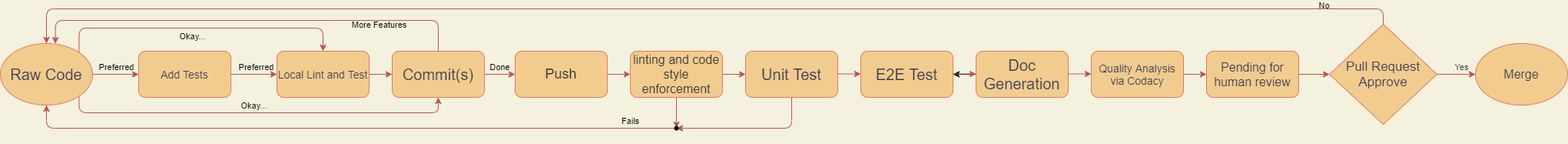
Above: admin/cipipeline/phase2.drawio.png in 12DaysOfCoding/WeTheFoodies (draw.io), before the change. Source tidied: cells renumbered, new cells last; positions are measured from the earlier drawing's top-left corner, leaving out a move shared by most shapes.
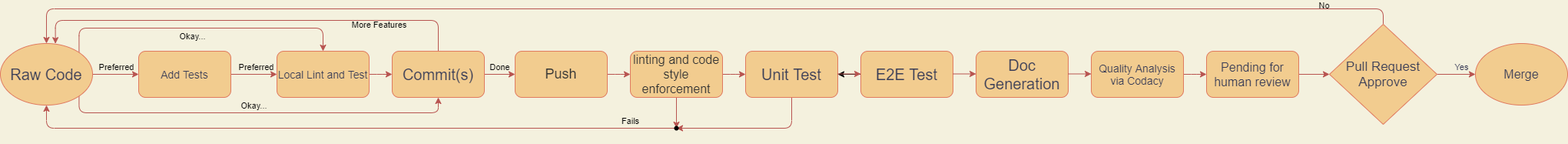
After the change.

Commit message:
Update phase2 diagram

Change to the diagram source:
```diff
@@ -155,12 +155,12 @@
     <mxCell id="39" value="&lt;span style=&quot;font-size: 14px&quot;&gt;Add Tests&lt;br&gt;&lt;/span&gt;" style="whiteSpace=wrap;html=1;fillColor=#F2CC8F;strokeColor=#E07A5F;fontColor=#393C56;rounded=1;fontSize=16;" parent="1" vertex="1">
       <mxGeometry x="180" y="40" width="120" height="60" as="geometry" />
     </mxCell>
+    <mxCell id="46" style="edgeStyle=none;html=1;" parent="1" edge="1" source="40" target="12">
+      <mxGeometry relative="1" as="geometry" />
+    </mxCell>
     <mxCell id="40" value="&lt;font style=&quot;font-size: 20px&quot;&gt;E2E Test&lt;/font&gt;" style="whiteSpace=wrap;html=1;fillColor=#F2CC8F;strokeColor=#E07A5F;fontColor=#393C56;rounded=1;" parent="1" vertex="1">
       <mxGeometry x="1120" y="40" width="120" height="60" as="geometry" />
     </mxCell>
-    <mxCell id="41" style="edgeStyle=none;html=1;" parent="1" edge="1" source="42" target="40">
-      <mxGeometry relative="1" as="geometry" />
-    </mxCell>
     <mxCell id="42" value="&lt;font style=&quot;font-size: 20px&quot;&gt;Doc Generation&lt;/font&gt;" style="whiteSpace=wrap;html=1;fillColor=#F2CC8F;strokeColor=#E07A5F;fontColor=#393C56;rounded=1;" parent="1" vertex="1">
       <mxGeometry x="1270" y="40" width="120" height="60" as="geometry" />
     </mxCell>
@@ -170,17 +170,17 @@
         <mxPoint x="1420" y="69.5" as="targetPoint" />
       </mxGeometry>
     </mxCell>
-    <mxCell id="44" style="edgeStyle=orthogonalEdgeStyle;rounded=1;orthogonalLoop=1;jettySize=auto;html=1;startArrow=none;startFill=0;endArrow=classic;endFill=1;fillColor=#f8cecc;strokeColor=#b85450;" parent="1" edge="1">
-      <mxGeometry relative="1" as="geometry">
-        <mxPoint x="1240" y="69.5" as="sourcePoint" />
-        <mxPoint x="1270" y="69.5" as="targetPoint" />
-      </mxGeometry>
-    </mxCell>
     <mxCell id="45" style="edgeStyle=orthogonalEdgeStyle;rounded=1;orthogonalLoop=1;jettySize=auto;html=1;startArrow=none;startFill=0;endArrow=classic;endFill=1;fillColor=#f8cecc;strokeColor=#b85450;" parent="1" edge="1">
       <mxGeometry relative="1" as="geometry">
         <mxPoint x="1090" y="69.5" as="sourcePoint" />
         <mxPoint x="1120" y="69.5" as="targetPoint" />
       </mxGeometry>
     </mxCell>
+    <mxCell id="47" style="edgeStyle=orthogonalEdgeStyle;rounded=1;orthogonalLoop=1;jettySize=auto;html=1;startArrow=none;startFill=0;endArrow=classic;endFill=1;fillColor=#f8cecc;strokeColor=#b85450;" parent="1" edge="1">
+      <mxGeometry relative="1" as="geometry">
+        <mxPoint x="1240" y="69.5" as="sourcePoint" />
+        <mxPoint x="1270" y="69.5" as="targetPoint" />
+      </mxGeometry>
+    </mxCell>
   </root>
 </mxGraphModel>
```
